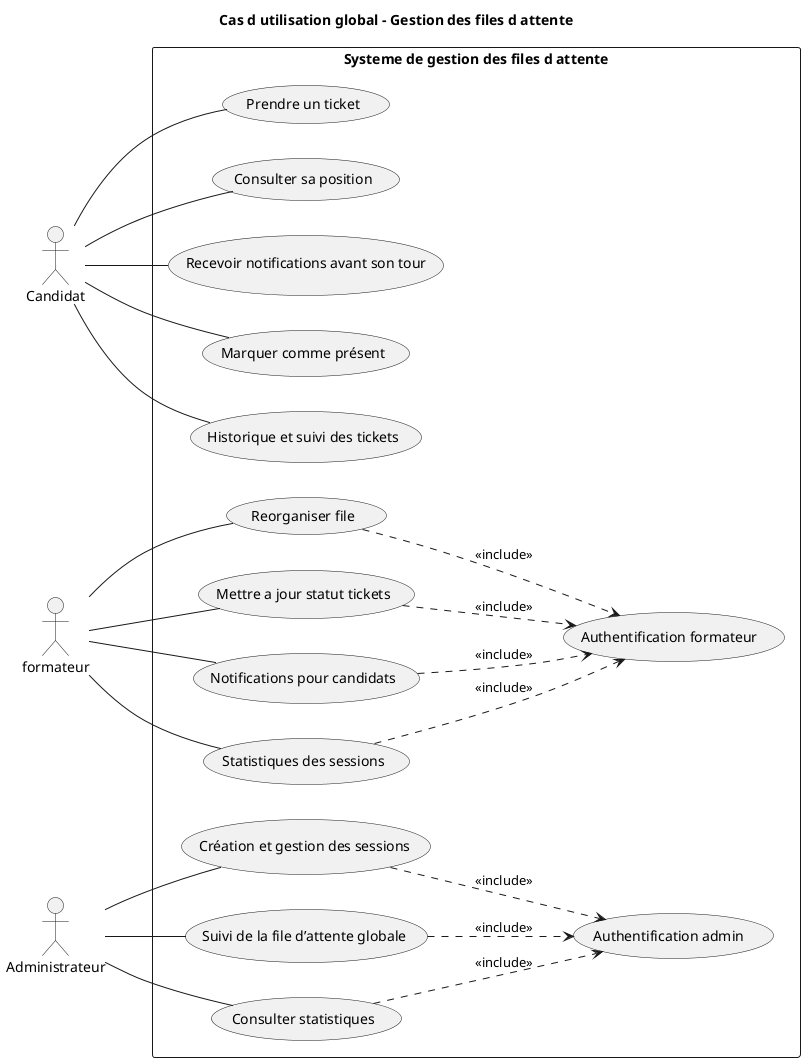
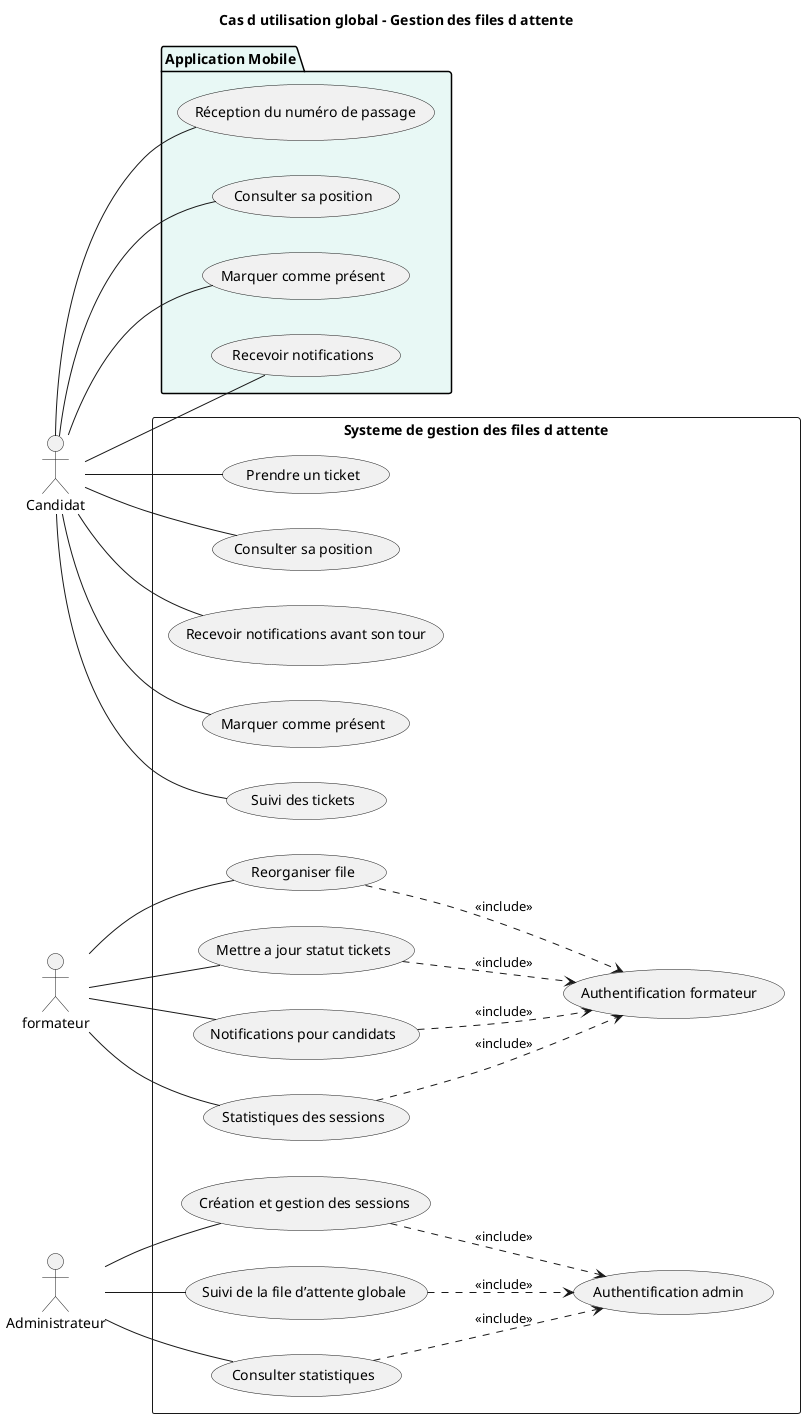
@startuml
left to right direction

title Cas d utilisation global - Gestion des files d attente

' Acteurs alignés verticalement
actor Candidat
actor "formateur" as Formateur
actor Administrateur as Admin

rectangle "Systeme de gestion des files d attente" {

  ' --- Cas Candidat ---
  usecase "Prendre un ticket" as UC1
  usecase "Consulter sa position" as UC2
  usecase "Recevoir notifications avant son tour" as UC3
  usecase "Marquer comme présent" as UC4
-   usecase "Historique et suivi des tickets" as UC16
+   usecase "Suivi des tickets" as UC16

  ' --- Cas Equipe ---
  usecase "Authentification formateur " as UC17
  usecase "Reorganiser file" as UC6
  usecase "Mettre a jour statut tickets" as UC7
  usecase "Notifications pour candidats" as UC8
  usecase "Statistiques des sessions" as UC9

  ' --- Cas Admin ---
  usecase "Authentification admin " as UC10
  usecase "Création et gestion des sessions" as UC11
  usecase "Suivi de la file d’attente globale" as UC12
  usecase "Consulter statistiques" as UC13
}

' Relations Candidat
Candidat -- UC1
Candidat -- UC2
Candidat -- UC3
Candidat -- UC4
Candidat -- UC16

' Relations Formateur

Formateur -- UC6
Formateur -- UC7
Formateur -- UC8
Formateur -- UC9

UC6 ..> UC17 : <<include>>
UC7 ..> UC17 : <<include>>
UC8 ..> UC17 : <<include>>
UC9 ..> UC17 : <<include>>

' Relations Admin
Admin -- UC11
Admin -- UC12
Admin -- UC13

UC11 ..> UC10 : <<include>>
UC12 ..> UC10 : <<include>>
UC13 ..> UC10 : <<include>>

+ package "Application Mobile" #E8F8F5 {
+         usecase "Réception du numéro de passage" as M1
+         usecase "Consulter sa position" as M2
+         usecase "Marquer comme présent" as M3
+         usecase "Recevoir notifications" as M4
+ 
+ 
+         Candidat -- M1
+         Candidat -- M2
+         Candidat -- M3
+         Candidat -- M4
+     }
+ 

@enduml